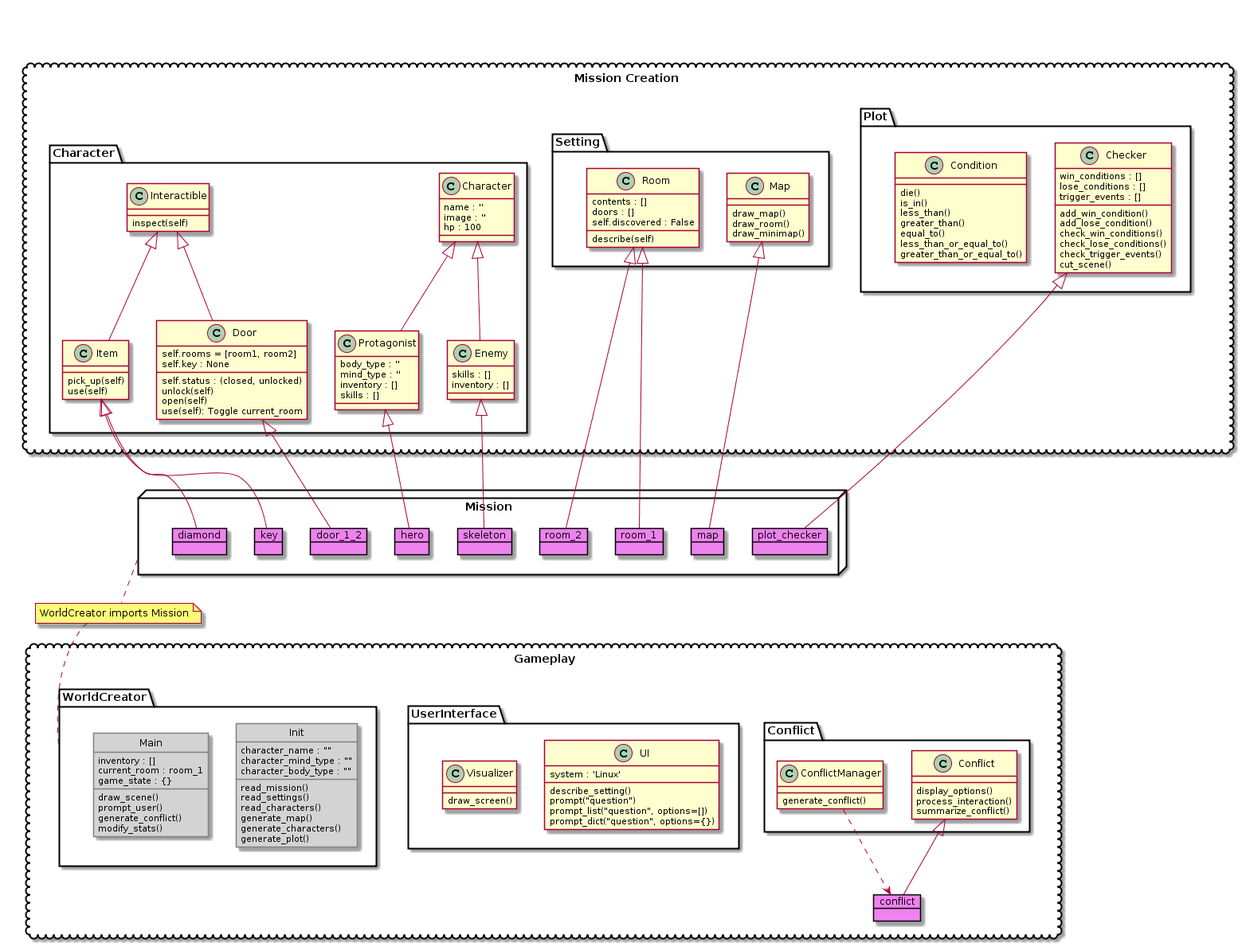
The PlantUML diagram doc/package_diagram.png in kiew-ay/Adventure, before a commit. Its diagram source:
```plantuml
@startuml

skinparam class {
    BorderColor<<Module>> Gray
    BackgroundColor<<Module>> LightGray
}
skinparam object {
    BorderColor Black
    BackgroundColor Violet
}


package "Mission Creation" <<Cloud>> {
    package Character <<Folder>> {
        class Character {
            name : ''
            image : ''
            hp : 100
        }
        class Protagonist {
            body_type : ''
            mind_type : ''
            inventory : []
            skills : []
        }

        class Enemy {
            skills : []
            inventory : []
        }
        Character <|-- Protagonist
        Character <|-- Enemy

        class Interactible {
            inspect(self)
        }
        class Item {
            pick_up(self)
            use(self)
        }
        Interactible <|-- Item

        class Door {
            self.rooms = [room1, room2]
            self.key : None
            self.status : (closed, unlocked)
            unlock(self)
            open(self)
            use(self): Toggle current_room
        }
        Interactible <|-- Door
    }

    package Setting <<Folder>> {
        class Room {
            contents : []
            doors : []
            self.discovered : False
            describe(self)
        }

        class Map {
            draw_map()
            draw_room()
            draw_minimap()
        }
    }

    package Plot <<Folder>> {
        class Checker {
            win_conditions : []
            lose_conditions : []
            trigger_events : []

            add_win_condition()
            add_lose_condition()
            check_win_conditions()
            check_lose_conditions()
            check_trigger_events()
            cut_scene()
        }

        class Condition {
            die()
            is_in()
            less_than()
            greater_than()
            equal_to()
            less_than_or_equal_to()
            greater_than_or_equal_to()
        }
    }
}


package Mission <<Node>> {
    object hero
    Protagonist <|-- hero

    object skeleton
    Enemy <|-- skeleton

    object diamond
    Item <|-- diamond

    object key
    Item <|-- key

    object room_1
    object room_2
    Room <|-- room_1
    Room <|-- room_2

    object door_1_2
    Door <|-- door_1_2

    object map
    Map <|-- map

    object plot_checker
    Checker <|-- plot_checker
}


package "Gameplay" <<Cloud>> {
    package Conflict <<Folder>> {
        class Conflict {
            display_options()
            process_interaction()
            summarize_conflict()
        }

        class ConflictManager {
            generate_conflict()
        }
    }
    object conflict
    Conflict <|-- conflict
    ConflictManager ..> conflict

    package UserInterface <<Folder>> {
        class UI {
            system : 'Linux'

            describe_setting()
            prompt("question")
            prompt_list("question", options=[])
            prompt_dict("question", options={})
        }

        class Visualizer {
            draw_screen()
        }
    }

    package WorldCreator <<Folder>> {
        class Init <<Module>> {
            character_name : ""
            character_mind_type : ""
            character_body_type : ""

            read_mission()
            read_settings()
            read_characters()

            generate_map()
            generate_characters()
            generate_plot()
        }

        class Main <<Module>> {
            inventory : []
            current_room : room_1
            game_state : {}

            draw_scene()
            prompt_user()
            generate_conflict()
            modify_stats()

        }
    }
}


"Mission Creation" -down[hidden]--> Mission
Mission -down[hidden]--> "Gameplay"

Character -[hidden]> Setting
Setting   -[hidden]> Plot


note "WorldCreator imports Mission" as N1
Mission .. N1
N1 .. WorldCreator


UserInterface -[hidden]> Conflict


hide <<Module>> circle
hide <<Module>> stereotype
hide <<Object>> circle
hide <<Object>> stereotype
@enduml
```
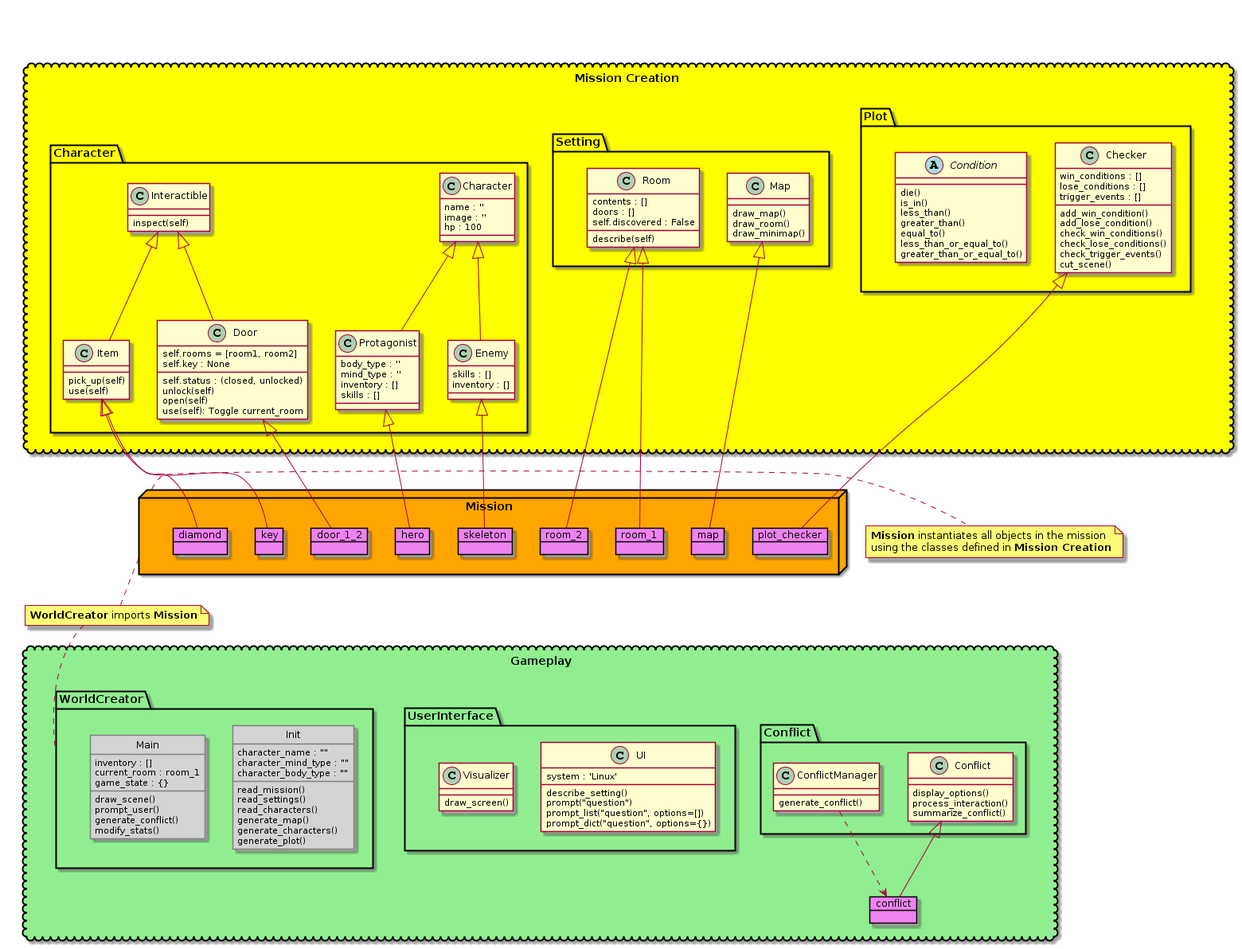
The same diagram one commit later.

Commit message:
colorized, with notes (package_diagram.png)

Change to the diagram source:
```diff
@@ -10,7 +10,7 @@
 }
 
 
-package "Mission Creation" <<Cloud>> {
+package "Mission Creation" <<Cloud>> #Yellow {
     package Character <<Folder>> {
         class Character {
             name : ''
@@ -23,7 +23,6 @@
             inventory : []
             skills : []
         }
-
         class Enemy {
             skills : []
             inventory : []
@@ -80,7 +79,7 @@
             cut_scene()
         }
 
-        class Condition {
+        abstract class Condition {
             die()
             is_in()
             less_than()
@@ -93,36 +92,37 @@
 }
 
 
-package Mission <<Node>> {
+package Mission <<Node>> #Orange {
     object hero
-    Protagonist <|-- hero
+        Protagonist <|-- hero
 
     object skeleton
-    Enemy <|-- skeleton
+        Enemy <|-- skeleton
 
     object diamond
-    Item <|-- diamond
+        Item <|-- diamond
 
     object key
-    Item <|-- key
+        Item <|-- key
 
     object room_1
+        Room <|-- room_1
+
     object room_2
-    Room <|-- room_1
-    Room <|-- room_2
+        Room <|-- room_2
 
     object door_1_2
-    Door <|-- door_1_2
+        Door <|-- door_1_2
 
     object map
-    Map <|-- map
+        Map <|-- map
 
     object plot_checker
-    Checker <|-- plot_checker
+        Checker <|-- plot_checker
 }
 
 
-package "Gameplay" <<Cloud>> {
+package "Gameplay" <<Cloud>> #LightGreen {
     package Conflict <<Folder>> {
         class Conflict {
             display_options()
@@ -190,9 +190,14 @@
 Setting   -[hidden]> Plot
 
 
-note "WorldCreator imports Mission" as N1
-Mission .. N1
-N1 .. WorldCreator
+note right of Mission
+    <b>Mission</b> instantiates all objects in the mission
+    using the classes defined in <b>Mission Creation</b>
+end note
+
+note "<b>WorldCreator</b> imports <b>Mission</b>" as MissionImportNote
+Mission .. MissionImportNote
+MissionImportNote .. WorldCreator
 
 
 UserInterface -[hidden]> Conflict
```
